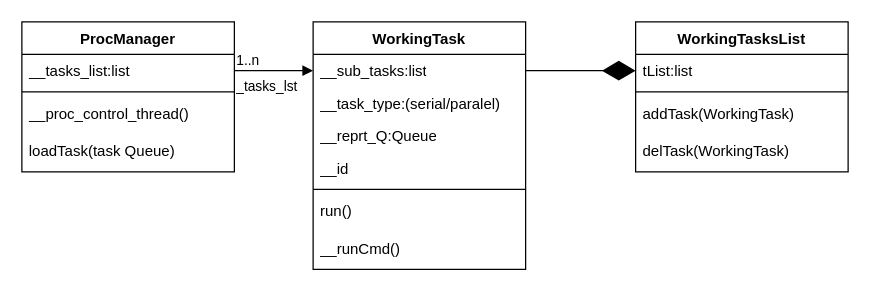
This is page "Proc Manager" (2 of 2) of v5 class diagram.drawio from lvoldman/v5, a draw.io file, before an edit. Source tidied: cells renumbered, new cells numbered last; positions are measured from the earlier drawing's top-left corner, leaving out a move shared by most shapes. Both pictures are drawn from the tidied source at 125%, with x=0, y=0 at pixel (21, 21).
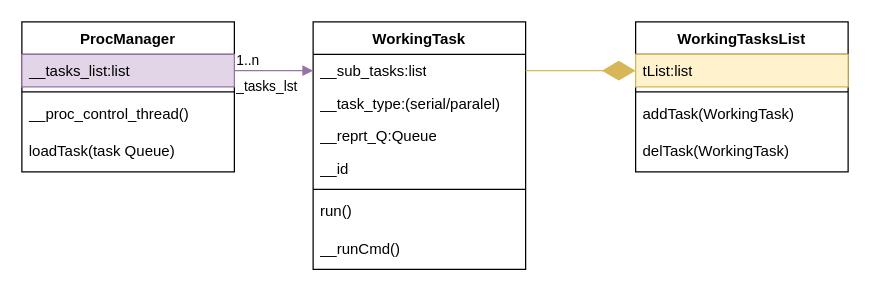
The same page after the edit.

The change refers to these unchanged cells:
```xml
<mxCell id="3" value="__sub_tasks:list" style="text;strokeColor=none;fillColor=none;align=left;verticalAlign=top;spacingLeft=4;spacingRight=4;overflow=hidden;points=[[0,0.5],[1,0.5]];portConstraint=eastwest;whiteSpace=wrap;html=1;" parent="2" vertex="1">
  <mxGeometry y="26" width="170" height="26" as="geometry" />
</mxCell>
<mxCell id="10" value="WorkingTasksList" style="swimlane;fontStyle=1;align=center;verticalAlign=top;horizontal=1;startSize=26;whiteSpace=wrap;html=1;" parent="1" vertex="1">
  <mxGeometry x="491" width="170" height="120" as="geometry" />
</mxCell>
<mxCell id="16" value="ProcManager" style="swimlane;fontStyle=1;align=center;verticalAlign=top;horizontal=1;startSize=26;whiteSpace=wrap;html=1;" parent="1" vertex="1">
  <mxGeometry width="170" height="120" as="geometry" />
</mxCell>
```

The edit, as a diff of the source:
```diff
@@
-    <mxCell id="11" value="tList:list" style="text;strokeColor=none;fillColor=none;align=left;verticalAlign=top;spacingLeft=4;spacingRight=4;overflow=hidden;points=[[0,0.5],[1,0.5]];portConstraint=eastwest;whiteSpace=wrap;html=1;" parent="10" vertex="1">
+    <mxCell id="11" value="tList:list" style="text;strokeColor=#d6b656;fillColor=#fff2cc;align=left;verticalAlign=top;spacingLeft=4;spacingRight=4;overflow=hidden;points=[[0,0.5],[1,0.5]];portConstraint=eastwest;whiteSpace=wrap;html=1;" parent="10" vertex="1">
       <mxGeometry y="26" width="170" height="26" as="geometry" />
     </mxCell>
@@
-    <mxCell id="15" style="endArrow=diamondThin;endFill=1;endSize=24;html=1;rounded=0;exitX=1;exitY=0.5;exitDx=0;exitDy=0;entryX=0;entryY=0.5;entryDx=0;entryDy=0;" parent="1" edge="1" source="3" target="11">
+    <mxCell id="15" style="endArrow=diamondThin;endFill=1;endSize=24;html=1;rounded=0;exitX=1;exitY=0.5;exitDx=0;exitDy=0;entryX=0;entryY=0.5;entryDx=0;entryDy=0;fillColor=#fff2cc;strokeColor=#d6b656;" parent="1" edge="1" source="3" target="11">
       <mxGeometry relative="1" as="geometry" />
     </mxCell>
@@
-    <mxCell id="17" value="__tasks_list:list" style="text;strokeColor=none;fillColor=none;align=left;verticalAlign=top;spacingLeft=4;spacingRight=4;overflow=hidden;points=[[0,0.5],[1,0.5]];portConstraint=eastwest;whiteSpace=wrap;html=1;" parent="16" vertex="1">
+    <mxCell id="17" value="__tasks_list:list" style="text;strokeColor=#9673a6;fillColor=#e1d5e7;align=left;verticalAlign=top;spacingLeft=4;spacingRight=4;overflow=hidden;points=[[0,0.5],[1,0.5]];portConstraint=eastwest;whiteSpace=wrap;html=1;" parent="16" vertex="1">
       <mxGeometry y="26" width="170" height="26" as="geometry" />
     </mxCell>
@@
-    <mxCell id="21" value="_tasks_lst" style="endArrow=block;endFill=1;html=1;edgeStyle=orthogonalEdgeStyle;align=left;verticalAlign=top;rounded=0;exitX=1;exitY=0.5;exitDx=0;exitDy=0;entryX=0;entryY=0.5;entryDx=0;entryDy=0;" parent="1" edge="1" source="17" target="3">
+    <mxCell id="21" value="_tasks_lst" style="endArrow=block;endFill=1;html=1;edgeStyle=orthogonalEdgeStyle;align=left;verticalAlign=top;rounded=0;exitX=1;exitY=0.5;exitDx=0;exitDy=0;entryX=0;entryY=0.5;entryDx=0;entryDy=0;fillColor=#e1d5e7;strokeColor=#9673a6;" parent="1" edge="1" source="17" target="3">
       <mxGeometry x="-1" relative="1" as="geometry" />
     </mxCell>
```
